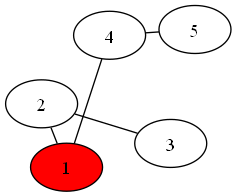
This is GraphDomApp/GraphDomApp/MyGraph.png from brimst0ne/vkr, a Graphviz export, as it was before one commit. Its source is kept beside it as GraphDomApp/GraphDomApp/MyGraph.gv. Source of this version:
```dot
graph MyGraph {
	1;
	2;
	3;
	4;
	5;
	1 -- 2;
	1 -- 4;
	2 -- 3;
	4 -- 5;
    1 [style=filled, fillcolor=red];
}
```
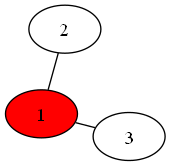
After the commit.

What changed in the source:
```diff
@@ -2,11 +2,7 @@
 	1;
 	2;
 	3;
-	4;
-	5;
 	1 -- 2;
-	1 -- 4;
-	2 -- 3;
-	4 -- 5;
+	1 -- 3;
     1 [style=filled, fillcolor=red];
 }
```
